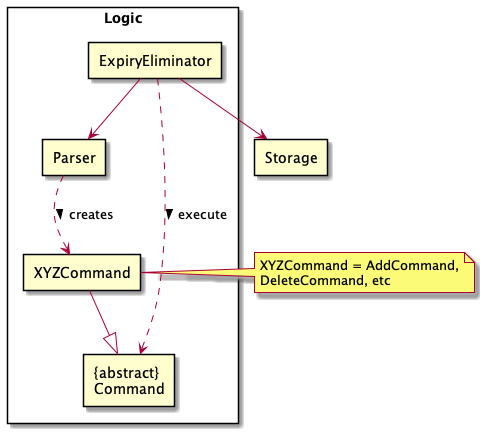
Earlier version of the PlantUML export docs/diagrams/Logic.png (nus-cs2113-AY2122S1/tp).
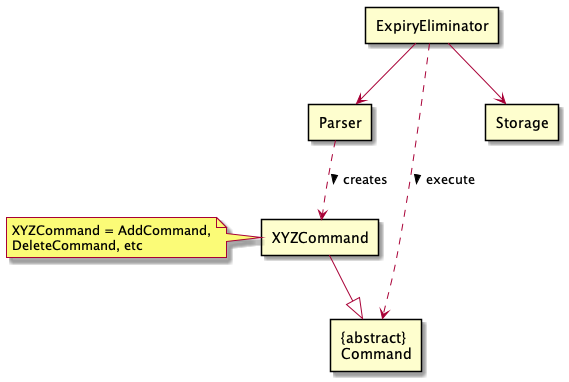
Above is the later version.

Commit message:
Update Logic diagram

What changed in the source:
```diff
@@ -1,7 +1,7 @@
 @startuml
 !include style.puml
 
-component Logic {
+
 
 component ExpiryEliminator
 component Parser
@@ -16,12 +16,12 @@
 
 
 XYZCommand --|> Command
-}
+
 
 component Storage
 ExpiryEliminator --> Storage
 
-note right of XYZCommand
+note left of XYZCommand
 XYZCommand = AddCommand,
 DeleteCommand, etc
 end note
```
